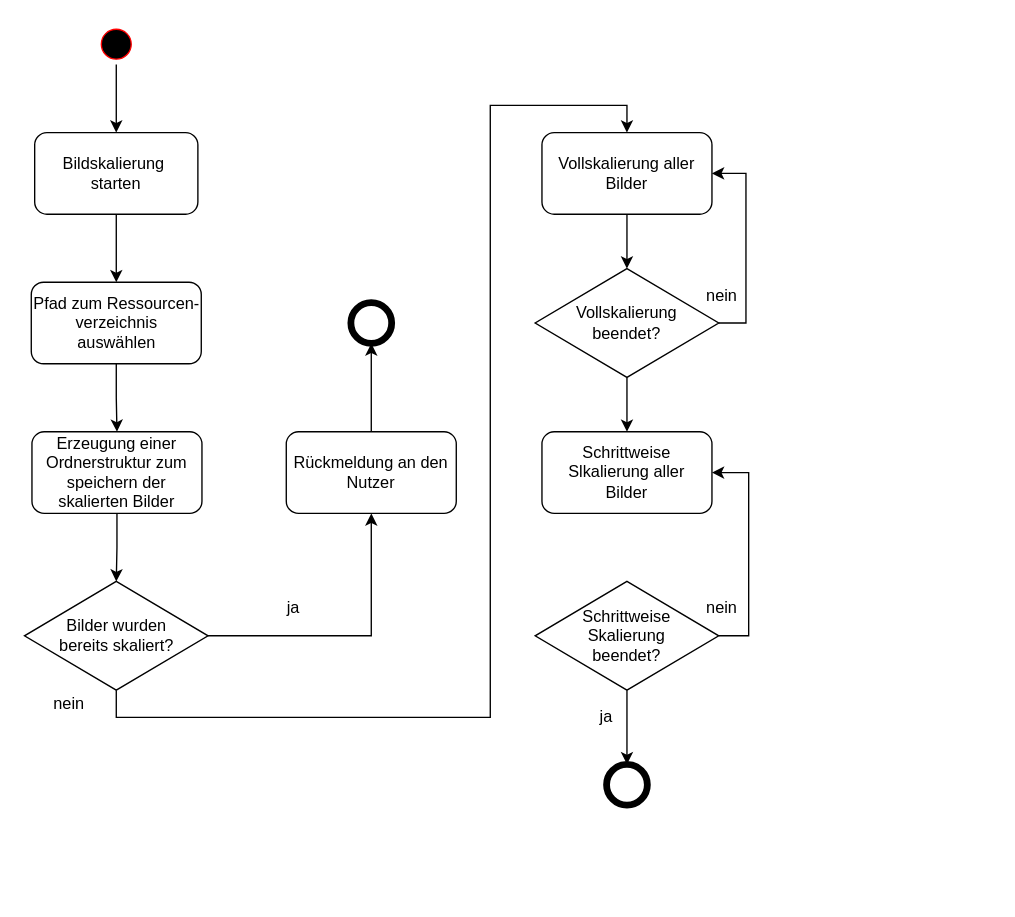
This is diagrams/flow_scaling_images.drawio from MichaelKaip/bachelor-thesis, a draw.io file, before an edit. Source tidied: cells renumbered, new cells numbered last; positions are measured from the earlier drawing's top-left corner, leaving out a move shared by most shapes. Both pictures are drawn from the tidied source at 136%, with x=0, y=0 at pixel (24, 23).
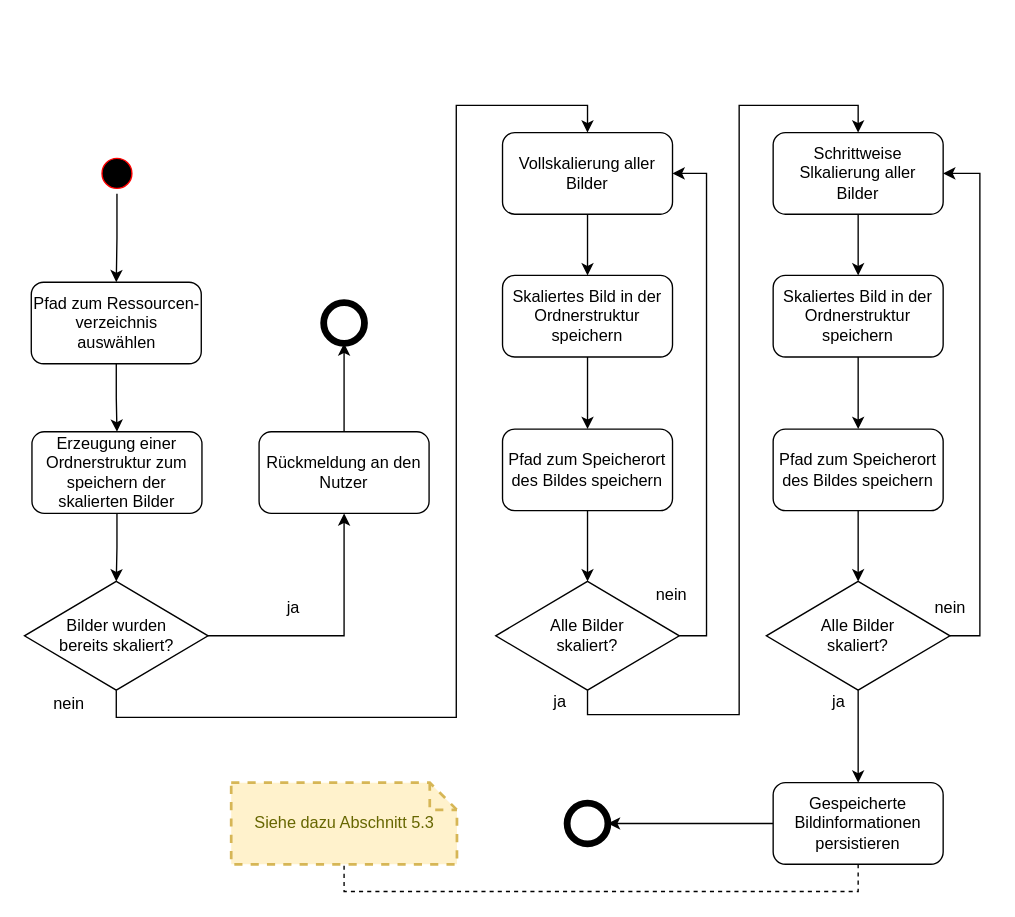
Above is the later version.

The change refers to these unchanged cells:
```xml
<mxCell id="7" value="Pfad zum Ressourcen-&lt;br&gt;verzeichnis&lt;br&gt;auswählen" style="rounded=1;whiteSpace=wrap;html=1;" parent="1" vertex="1">
  <mxGeometry x="4.5" y="190" width="125" height="60" as="geometry" />
</mxCell>
<mxCell id="12" value="Bilder wurden &lt;br&gt;bereits skaliert?" style="rhombus;whiteSpace=wrap;html=1;" parent="1" vertex="1">
  <mxGeometry x="-0.5" y="410" width="135" height="80" as="geometry" />
</mxCell>
```

Diff of the diagram source:
```diff
@@
-    <mxCell id="2" style="edgeStyle=orthogonalEdgeStyle;rounded=0;jettySize=auto;html=1;entryX=0.5;entryY=0;entryDx=0;entryDy=0;" parent="1" edge="1" source="3" target="5">
-      <mxGeometry relative="1" as="geometry" />
-    </mxCell>
+    <mxCell id="31" style="edgeStyle=orthogonalEdgeStyle;rounded=0;jettySize=auto;html=1;entryX=0.5;entryY=0;entryDx=0;entryDy=0;fontSize=12;" parent="1" edge="1" source="3" target="7">
+      <mxGeometry relative="1" as="geometry" />
+    </mxCell>
     <mxCell id="3" style="ellipse;html=1;shape=startState;fillColor=#000000;strokeColor=#ff0000;" parent="1" vertex="1">
-      <mxGeometry x="52" width="30" height="30" as="geometry" />
+      <mxGeometry x="52.5" y="95" width="30" height="30" as="geometry" />
     </mxCell>
-    <mxCell id="4" style="edgeStyle=orthogonalEdgeStyle;rounded=0;jettySize=auto;html=1;entryX=0.5;entryY=0;entryDx=0;entryDy=0;" parent="1" edge="1" source="5" target="7">
-      <mxGeometry relative="1" as="geometry" />
-    </mxCell>
-    <mxCell id="5" value="Bildskalierung&amp;nbsp;&lt;br&gt;starten" style="rounded=1;whiteSpace=wrap;html=1;" parent="1" vertex="1">
-      <mxGeometry x="7" y="80" width="120" height="60" as="geometry" />
-    </mxCell>
@@
     <mxCell id="11" style="edgeStyle=orthogonalEdgeStyle;rounded=0;jettySize=auto;html=1;entryX=0.5;entryY=0;entryDx=0;entryDy=0;exitX=0.5;exitY=1;exitDx=0;exitDy=0;" parent="1" edge="1" source="12" target="18">
       <mxGeometry relative="1" as="geometry">
         <Array as="points">
           <mxPoint x="67" y="510" />
-          <mxPoint x="342" y="510" />
-          <mxPoint x="342" y="60" />
-          <mxPoint x="443" y="60" />
+          <mxPoint x="317" y="510" />
+          <mxPoint x="317" y="60" />
+          <mxPoint x="414" y="60" />
         </Array>
       </mxGeometry>
     </mxCell>
@@
     <mxCell id="14" value="Rückmeldung an den Nutzer" style="rounded=1;whiteSpace=wrap;html=1;" parent="1" vertex="1">
-      <mxGeometry x="192" y="300" width="125" height="60" as="geometry" />
+      <mxGeometry x="172" y="300" width="125" height="60" as="geometry" />
     </mxCell>
@@
     <mxCell id="16" style="shape=ellipse;html=1;dashed=0;whitespace=wrap;strokeWidth=5;perimeter=ellipsePerimeter;" parent="1" vertex="1">
-      <mxGeometry x="239.5" y="205" width="30" height="30" as="geometry" />
+      <mxGeometry x="219.5" y="205" width="30" height="30" as="geometry" />
     </mxCell>
-    <mxCell id="17" style="edgeStyle=orthogonalEdgeStyle;rounded=0;jettySize=auto;html=1;entryX=0.5;entryY=0;entryDx=0;entryDy=0;" parent="1" edge="1" source="18" target="21">
-      <mxGeometry relative="1" as="geometry" />
-    </mxCell>
+    <mxCell id="32" style="edgeStyle=orthogonalEdgeStyle;rounded=0;jettySize=auto;html=1;entryX=0.5;entryY=0;entryDx=0;entryDy=0;endArrow=classic;endFill=1;" parent="1" edge="1" source="18" target="36">
+      <mxGeometry relative="1" as="geometry" />
+    </mxCell>
     <mxCell id="18" value="Vollskalierung aller Bilder" style="rounded=1;whiteSpace=wrap;html=1;" parent="1" vertex="1">
-      <mxGeometry x="380" y="80" width="125" height="60" as="geometry" />
+      <mxGeometry x="351" y="80" width="125" height="60" as="geometry" />
     </mxCell>
@@
-    <mxCell id="20" style="edgeStyle=orthogonalEdgeStyle;rounded=0;jettySize=auto;html=1;entryX=0.5;entryY=0;entryDx=0;entryDy=0;" parent="1" edge="1" source="21" target="23">
-      <mxGeometry relative="1" as="geometry" />
+    <mxCell id="20" style="edgeStyle=orthogonalEdgeStyle;rounded=0;jettySize=auto;html=1;entryX=0.5;entryY=0;entryDx=0;entryDy=0;endArrow=classic;endFill=1;exitX=0.5;exitY=1;exitDx=0;exitDy=0;" parent="1" edge="1" source="21" target="23">
+      <mxGeometry relative="1" as="geometry">
+        <Array as="points">
+          <mxPoint x="414" y="508" />
+          <mxPoint x="525" y="508" />
+          <mxPoint x="525" y="60" />
+          <mxPoint x="613" y="60" />
+        </Array>
+      </mxGeometry>
     </mxCell>
-    <mxCell id="21" value="Vollskalierung&lt;br&gt;beendet?" style="rhombus;whiteSpace=wrap;html=1;" parent="1" vertex="1">
-      <mxGeometry x="375" y="180" width="135" height="80" as="geometry" />
+    <mxCell id="21" value="Alle Bilder &lt;br&gt;skaliert?" style="rhombus;whiteSpace=wrap;html=1;" parent="1" vertex="1">
+      <mxGeometry x="346" y="410" width="135" height="80" as="geometry" />
     </mxCell>
     <mxCell id="22" value="nein" style="text;html=1;align=center;verticalAlign=middle;strokeColor=none;rotation=0;" parent="1" vertex="1">
-      <mxGeometry x="492" y="190" width="40" height="20" as="geometry" />
+      <mxGeometry x="455" y="410" width="40" height="20" as="geometry" />
     </mxCell>
+    <mxCell id="33" style="edgeStyle=orthogonalEdgeStyle;rounded=0;jettySize=auto;html=1;entryX=0.5;entryY=0;entryDx=0;entryDy=0;endArrow=classic;endFill=1;" parent="1" edge="1" source="23" target="41">
+      <mxGeometry relative="1" as="geometry" />
+    </mxCell>
     <mxCell id="23" value="Schrittweise Slkalierung aller &lt;br&gt;Bilder" style="rounded=1;whiteSpace=wrap;html=1;" parent="1" vertex="1">
-      <mxGeometry x="380" y="300" width="125" height="60" as="geometry" />
+      <mxGeometry x="550" y="80" width="125" height="60" as="geometry" />
     </mxCell>
@@
-    <mxCell id="25" style="edgeStyle=orthogonalEdgeStyle;rounded=0;jettySize=auto;html=1;entryX=0.5;entryY=0;entryDx=0;entryDy=0;" parent="1" edge="1" source="27" target="28">
-      <mxGeometry relative="1" as="geometry" />
-    </mxCell>
     <mxCell id="26" style="edgeStyle=orthogonalEdgeStyle;rounded=0;jettySize=auto;html=1;entryX=1;entryY=0.5;entryDx=0;entryDy=0;exitX=1;exitY=0.5;exitDx=0;exitDy=0;" parent="1" edge="1" source="27" target="23">
       <mxGeometry relative="1" as="geometry">
         <Array as="points">
-          <mxPoint x="532" y="450" />
-          <mxPoint x="532" y="330" />
+          <mxPoint x="702" y="450" />
+          <mxPoint x="702" y="110" />
         </Array>
       </mxGeometry>
     </mxCell>
+    <mxCell id="34" style="edgeStyle=orthogonalEdgeStyle;rounded=0;jettySize=auto;html=1;entryX=0.5;entryY=0;entryDx=0;entryDy=0;endArrow=classic;endFill=1;" parent="1" edge="1" source="27" target="46">
+      <mxGeometry relative="1" as="geometry" />
+    </mxCell>
-    <mxCell id="27" value="Schrittweise &lt;br&gt;Skalierung &lt;br&gt;beendet?" style="rhombus;whiteSpace=wrap;html=1;" parent="1" vertex="1">
-      <mxGeometry x="375" y="410" width="135" height="80" as="geometry" />
+    <mxCell id="27" value="Alle Bilder &lt;br&gt;skaliert?" style="rhombus;whiteSpace=wrap;html=1;" parent="1" vertex="1">
+      <mxGeometry x="545" y="410" width="135" height="80" as="geometry" />
     </mxCell>
-    <mxCell id="28" style="shape=ellipse;html=1;dashed=0;whitespace=wrap;strokeWidth=5;perimeter=ellipsePerimeter;" parent="1" vertex="1">
-      <mxGeometry x="427.5" y="544.5" width="30" height="30" as="geometry" />
-    </mxCell>
     <mxCell id="29" value="ja" style="text;html=1;align=center;verticalAlign=middle;strokeColor=none;" parent="1" vertex="1">
-      <mxGeometry x="412" y="500" width="30" height="20" as="geometry" />
+      <mxGeometry x="583" y="489" width="30" height="20" as="geometry" />
     </mxCell>
     <mxCell id="30" value="nein" style="text;html=1;align=center;verticalAlign=middle;strokeColor=none;" parent="1" vertex="1">
-      <mxGeometry x="492" y="420" width="40" height="20" as="geometry" />
+      <mxGeometry x="660" y="420" width="40" height="20" as="geometry" />
     </mxCell>
+    <mxCell id="35" style="edgeStyle=orthogonalEdgeStyle;rounded=0;jettySize=auto;html=1;entryX=0.5;entryY=0;entryDx=0;entryDy=0;endArrow=classic;endFill=1;" parent="1" edge="1" source="36" target="39">
+      <mxGeometry relative="1" as="geometry" />
+    </mxCell>
+    <mxCell id="36" value="Skaliertes Bild in der Ordnerstruktur speichern" style="rounded=1;whiteSpace=wrap;html=1;" parent="1" vertex="1">
+      <mxGeometry x="351" y="185" width="125" height="60" as="geometry" />
+    </mxCell>
+    <mxCell id="37" value="ja" style="text;html=1;align=center;verticalAlign=middle;strokeColor=none;" parent="1" vertex="1">
+      <mxGeometry x="383" y="490" width="20" height="18" as="geometry" />
+    </mxCell>
+    <mxCell id="38" style="edgeStyle=orthogonalEdgeStyle;rounded=0;jettySize=auto;html=1;endArrow=classic;endFill=1;" parent="1" edge="1" source="39" target="21">
+      <mxGeometry relative="1" as="geometry" />
+    </mxCell>
+    <mxCell id="39" value="Pfad zum Speicherort des Bildes speichern" style="rounded=1;whiteSpace=wrap;html=1;" parent="1" vertex="1">
+      <mxGeometry x="351" y="298" width="125" height="60" as="geometry" />
+    </mxCell>
+    <mxCell id="40" style="edgeStyle=orthogonalEdgeStyle;rounded=0;jettySize=auto;html=1;entryX=0.5;entryY=0;entryDx=0;entryDy=0;endArrow=classic;endFill=1;" parent="1" edge="1" source="41" target="43">
+      <mxGeometry relative="1" as="geometry" />
+    </mxCell>
+    <mxCell id="41" value="Skaliertes Bild in der Ordnerstruktur speichern" style="rounded=1;whiteSpace=wrap;html=1;" parent="1" vertex="1">
+      <mxGeometry x="550" y="185" width="125" height="60" as="geometry" />
+    </mxCell>
+    <mxCell id="42" style="edgeStyle=orthogonalEdgeStyle;rounded=0;jettySize=auto;html=1;entryX=0.5;entryY=0;entryDx=0;entryDy=0;fontSize=12;endArrow=classic;endFill=1;" parent="1" edge="1" source="43" target="27">
+      <mxGeometry relative="1" as="geometry" />
+    </mxCell>
+    <mxCell id="43" value="Pfad zum Speicherort des Bildes speichern" style="rounded=1;whiteSpace=wrap;html=1;" parent="1" vertex="1">
+      <mxGeometry x="550" y="298" width="125" height="60" as="geometry" />
+    </mxCell>
+    <mxCell id="44" style="edgeStyle=orthogonalEdgeStyle;rounded=0;jettySize=auto;html=1;endArrow=classic;endFill=1;" parent="1" edge="1" source="46" target="47">
+      <mxGeometry relative="1" as="geometry" />
+    </mxCell>
+    <mxCell id="45" style="edgeStyle=orthogonalEdgeStyle;rounded=0;jettySize=auto;html=1;entryX=0.5;entryY=1;entryDx=0;entryDy=0;entryPerimeter=0;endArrow=none;endFill=0;exitX=0.5;exitY=1;exitDx=0;exitDy=0;dashed=1;" parent="1" edge="1" source="46" target="48">
+      <mxGeometry relative="1" as="geometry" />
+    </mxCell>
+    <mxCell id="46" value="Gespeicherte Bildinformationen persistieren" style="rounded=1;whiteSpace=wrap;html=1;" parent="1" vertex="1">
+      <mxGeometry x="550" y="558" width="125" height="60" as="geometry" />
+    </mxCell>
+    <mxCell id="47" style="shape=ellipse;html=1;dashed=0;whitespace=wrap;strokeWidth=5;perimeter=ellipsePerimeter;" parent="1" vertex="1">
+      <mxGeometry x="398.5" y="573" width="30" height="30" as="geometry" />
+    </mxCell>
+    <mxCell id="48" value="Siehe dazu Abschnitt 5.3" style="shape=note;strokeWidth=2;fontSize=12;size=20;whiteSpace=wrap;html=1;fillColor=#fff2cc;strokeColor=#d6b656;fontColor=#666600;dashed=1;" parent="1" vertex="1">
+      <mxGeometry x="151.5" y="558" width="166" height="60" as="geometry" />
+    </mxCell>
```
